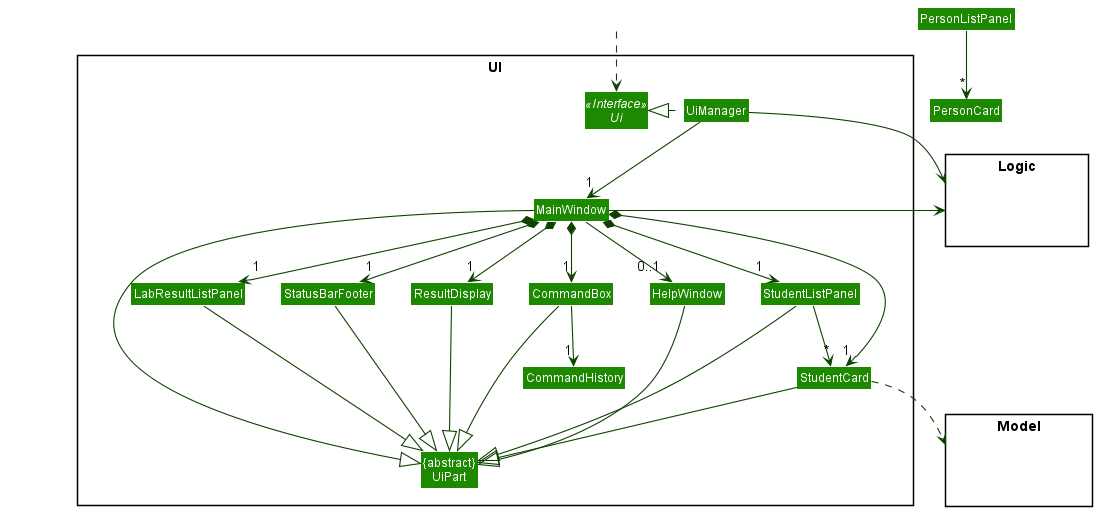
Earlier version of the PlantUML export docs/images/UiClassDiagram.png (nus-cs2103-AY2122S1/tp).
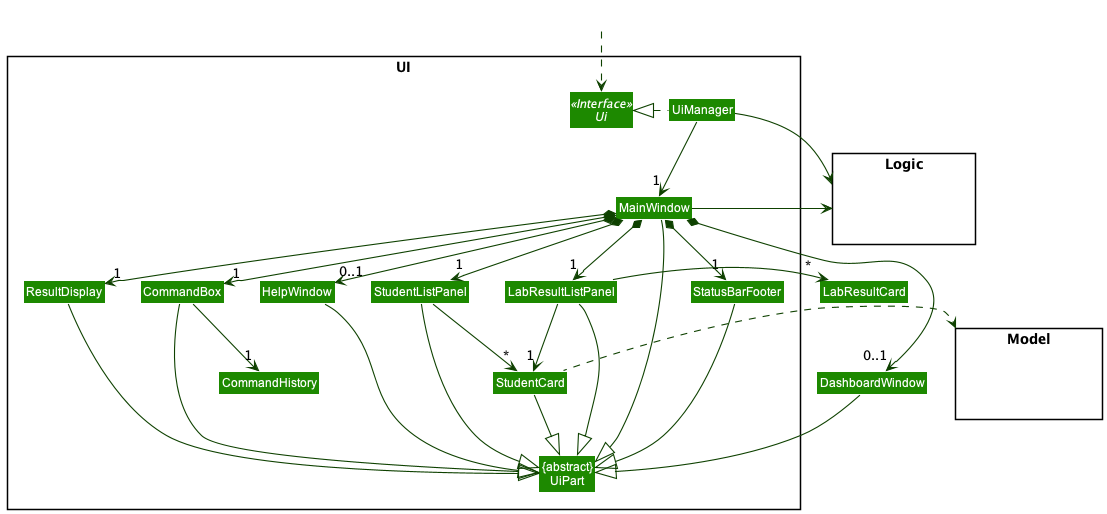
Above is the later version.

Commit message:
Fix up till Model

What changed in the source:
```diff
@@ -34,15 +34,16 @@
 UiManager -down-> "1" MainWindow
 MainWindow *-down->  "1" CommandBox
 MainWindow *-down-> "1" ResultDisplay
+MainWindow *-down-> "1" StatusBarFooter
+MainWindow *-down-> "0..1" HelpWindow
+MainWindow *-down-> "0..1" DashboardWindow
+MainWindow *-down-> "1" LabResultListPanel
 MainWindow *-down-> "1" StudentListPanel
-MainWindow *-down-> "1" StatusBarFooter
-MainWindow *-down-> "1" StudentCard
-MainWindow *-down-> "1" LabResultListPanel
-MainWindow --> "0..1" HelpWindow
 
-PersonListPanel -down-> "*" PersonCard
 CommandBox -down-> "1" CommandHistory
-StudentListPanel -down-> "*" StudentCard
+StudentListPanel --> "*" StudentCard
+LabResultListPanel --> "*" LabResultCard
+LabResultListPanel --> "1" StudentCard
 
 MainWindow -left-|> UiPart
 
@@ -51,14 +52,15 @@
 StudentListPanel --|> UiPart
 StudentCard --|> UiPart
 StatusBarFooter --|> UiPart
+LabResultListPanel --|> UiPart
 HelpWindow --|> UiPart
-LabResultListPanel --|> UiPart
+DashboardWindow --|> UiPart
 
-
-StudentCard ..> Model
+StudentCard .left.> Model
 UiManager -right-> Logic
 MainWindow -left-> Logic
 
+LabResultCard -[hidden]right- LabResultListPanel
 StudentListPanel -[hidden]left- HelpWindow
 HelpWindow -[hidden]left- CommandBox
 CommandBox -[hidden]left- ResultDisplay
```
